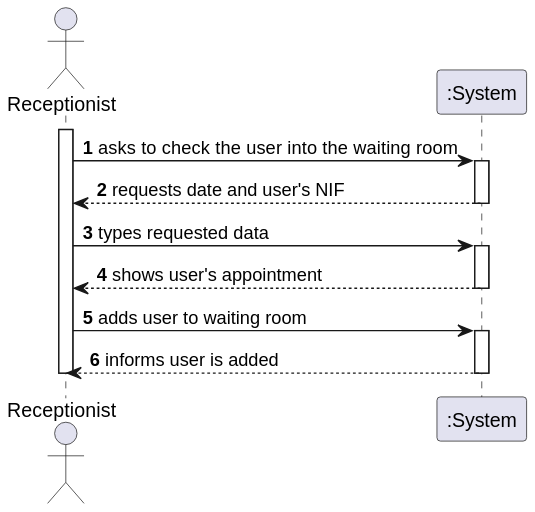
PedroMesquita1211171/VaccinationManager keeps this PlantUML diagram as docs/SprintC/US/US4/US004_SSD.svg. Above is the earlier version. Its diagram source:
```plantuml
@startuml
autonumber
actor "Receptionist" as rec

activate rec
rec -> ":System" : asks to check the user into the waiting room
activate ":System"
":System" --> rec : requests date and user's NIF
deactivate ":System"

rec -> ":System" : types requested data
activate ":System"
":System" --> rec : shows user's appointment
deactivate ":System"

rec -> ":System" : adds user to waiting room
activate ":System"
":System" --> rec : informs user is added
deactivate ":System"


deactivate rec

@enduml
```
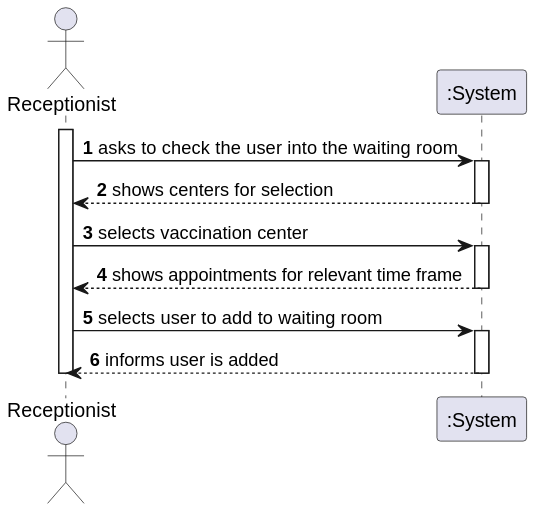
The same file after the commit.

Diff of the diagram source:
```diff
@@ -5,15 +5,15 @@
 activate rec
 rec -> ":System" : asks to check the user into the waiting room
 activate ":System"
-":System" --> rec : requests date and user's NIF
+":System" --> rec : shows centers for selection
 deactivate ":System"
 
-rec -> ":System" : types requested data
+rec -> ":System" : selects vaccination center
 activate ":System"
-":System" --> rec : shows user's appointment
+":System" --> rec : shows appointments for relevant time frame
 deactivate ":System"
 
-rec -> ":System" : adds user to waiting room
+rec -> ":System" : selects user to add to waiting room
 activate ":System"
 ":System" --> rec : informs user is added
 deactivate ":System"
```
